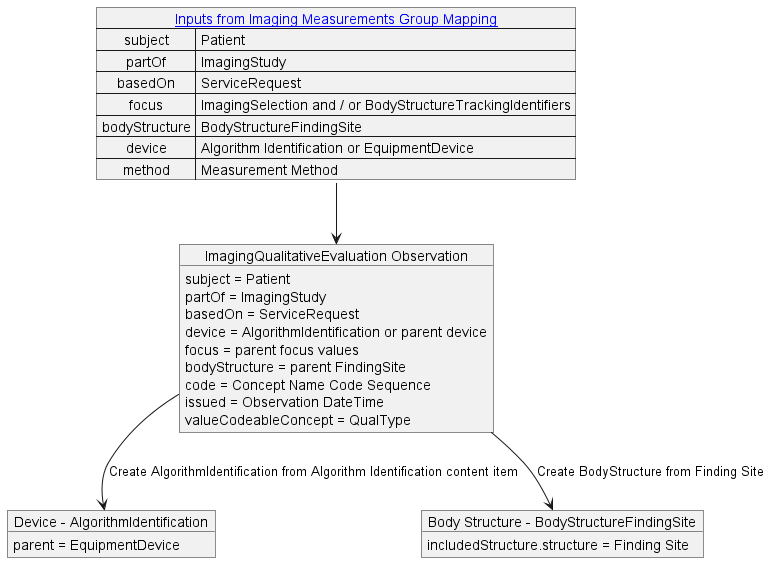
Earlier version of the PlantUML export input/images/imaging_qualitative_evaluation_mapping.png (HL7/dicom-sr).
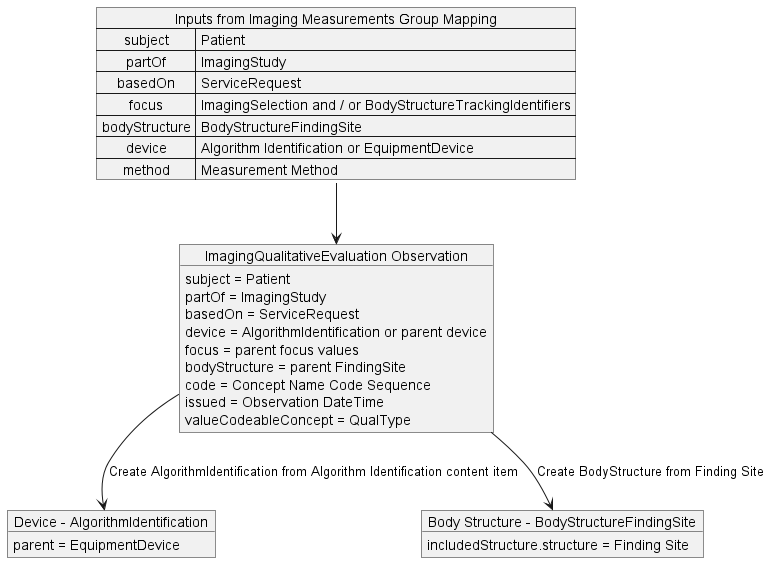
The same file after the commit.

What changed in the source:
```diff
@@ -1,6 +1,6 @@
 @startuml imaging_qualitative_evaluation_mapping
 
-map "[[mapping.html#imaging-measurement-group-mapping Inputs from Imaging Measurements Group Mapping]]" as inputs {
+map "Inputs from Imaging Measurements Group Mapping" as inputs {
    subject => Patient
    partOf => ImagingStudy
    basedOn => ServiceRequest
```
